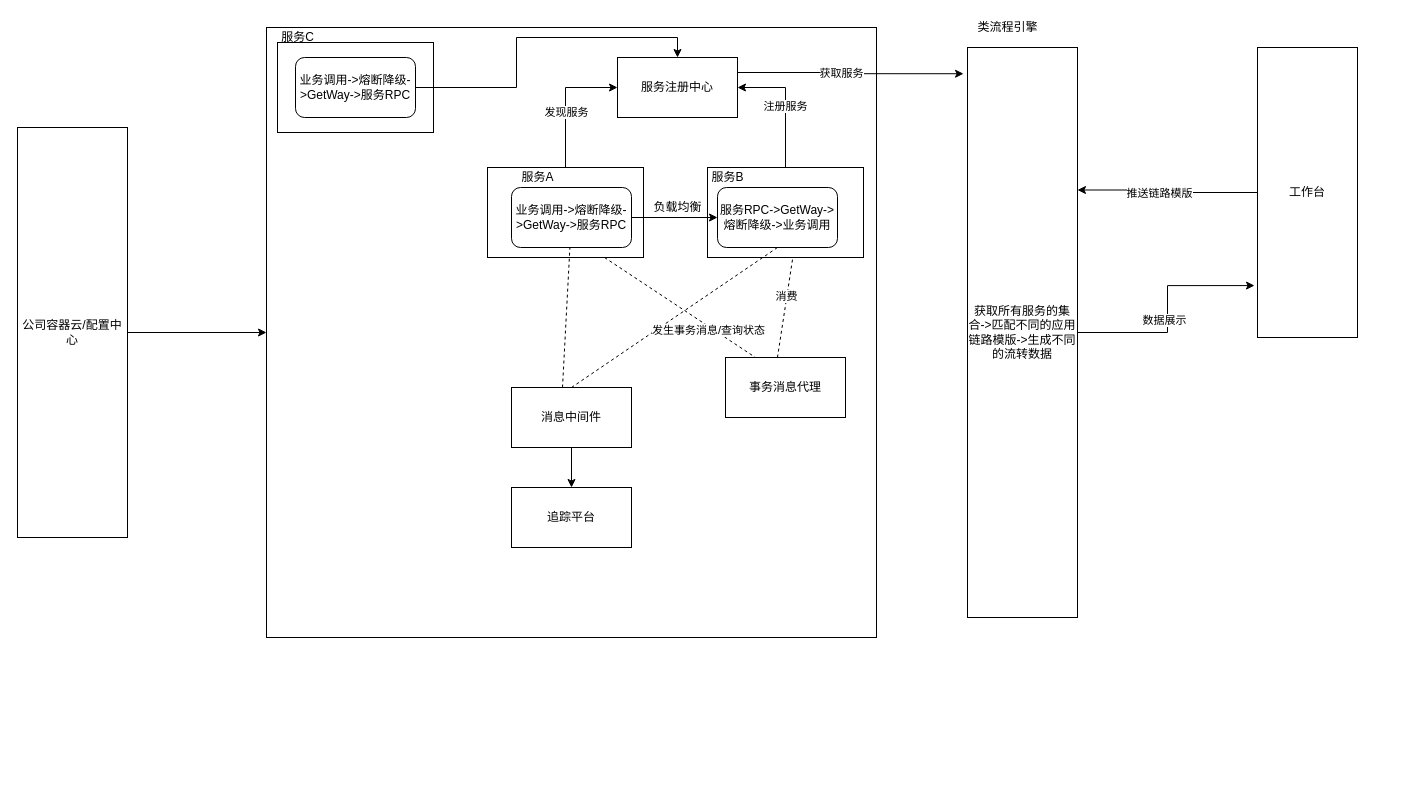
This is Untitled Diagram.drawio from lindadadada1/tata, a draw.io file, before an edit. Source tidied: cells renumbered, new cells numbered last; positions are measured from the earlier drawing's top-left corner, leaving out a move shared by most shapes. Both pictures are drawn from the tidied source at 100%, with x=0, y=0 at pixel (17, 17).
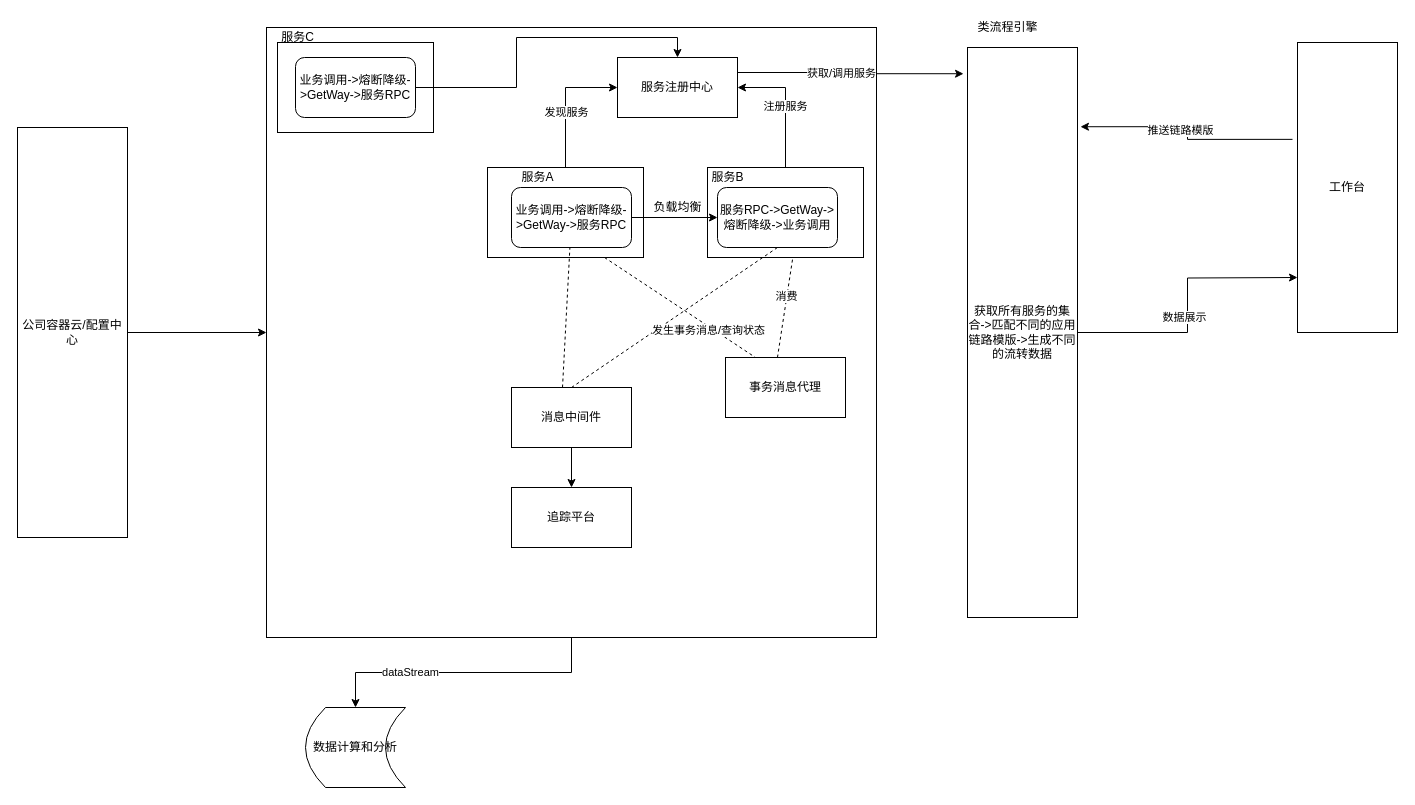
Above is the later version.

Unchanged cells that the change refers to:
```xml
<mxCell id="2" style="whiteSpace=wrap;html=1;" parent="1" vertex="1">
  <mxGeometry x="249" y="10" width="610" height="610" as="geometry" />
</mxCell>
<mxCell id="15" style="edgeStyle=orthogonalEdgeStyle;rounded=0;jettySize=auto;html=1;exitX=1;exitY=0.25;exitDx=0;exitDy=0;entryX=-0.036;entryY=0.046;entryDx=0;entryDy=0;entryPerimeter=0;" parent="1" edge="1" source="17" target="30">
  <mxGeometry relative="1" as="geometry" />
</mxCell>
<mxCell id="30" value="获取所有服务的集合-&amp;gt;匹配不同的应用链路模版-&amp;gt;生成不同的流转数据" style="rounded=0;whiteSpace=wrap;html=1;" parent="1" vertex="1">
  <mxGeometry x="950" y="30" width="110" height="570" as="geometry" />
</mxCell>
```

Change to the diagram source:
```diff
@@
+    <mxCell id="41" style="edgeStyle=orthogonalEdgeStyle;rounded=0;jettySize=auto;html=1;" parent="1" edge="1" source="2" target="43">
+      <mxGeometry relative="1" as="geometry" />
+    </mxCell>
+    <mxCell id="42" value="dataStream" style="edgeLabel;html=1;align=center;verticalAlign=middle;" parent="41" vertex="1">
+      <mxGeometry x="0.38" y="-1" relative="1" as="geometry" />
+    </mxCell>
@@
-    <mxCell id="16" value="获取服务" style="edgeLabel;html=1;align=center;verticalAlign=middle;" parent="15" vertex="1">
+    <mxCell id="16" value="获取/调用服务" style="edgeLabel;html=1;align=center;verticalAlign=middle;" parent="15" vertex="1">
       <mxGeometry x="-0.09" relative="1" as="geometry" />
     </mxCell>
@@
-    <mxCell id="28" style="edgeStyle=orthogonalEdgeStyle;rounded=0;jettySize=auto;html=1;entryX=-0.03;entryY=0.821;entryDx=0;entryDy=0;entryPerimeter=0;" parent="1" edge="1" source="30" target="38">
-      <mxGeometry relative="1" as="geometry" />
+    <mxCell id="28" style="edgeStyle=orthogonalEdgeStyle;rounded=0;jettySize=auto;html=1;entryX=0;entryY=0.78;entryDx=0;entryDy=0;entryPerimeter=0;" parent="1" edge="1" source="30">
+      <mxGeometry relative="1" as="geometry">
+        <mxPoint x="1280" y="260" as="targetPoint" />
+      </mxGeometry>
     </mxCell>
@@
-    <mxCell id="36" style="edgeStyle=orthogonalEdgeStyle;rounded=0;jettySize=auto;html=1;entryX=1;entryY=0.25;entryDx=0;entryDy=0;" parent="1" edge="1" source="38" target="30">
+    <mxCell id="36" style="edgeStyle=orthogonalEdgeStyle;rounded=0;jettySize=auto;html=1;entryX=1.027;entryY=0.139;entryDx=0;entryDy=0;entryPerimeter=0;exitX=-0.05;exitY=0.334;exitDx=0;exitDy=0;exitPerimeter=0;" parent="1" edge="1" source="38" target="30">
       <mxGeometry relative="1" as="geometry" />
     </mxCell>
@@
     <mxCell id="38" value="工作台" style="rounded=0;whiteSpace=wrap;html=1;" parent="1" vertex="1">
-      <mxGeometry x="1240" y="30" width="100" height="290" as="geometry" />
+      <mxGeometry x="1280" y="25" width="100" height="290" as="geometry" />
     </mxCell>
@@
+    <mxCell id="43" value="数据计算和分析" style="shape=dataStorage;whiteSpace=wrap;html=1;fixedSize=1;" parent="1" vertex="1">
+      <mxGeometry x="288" y="690" width="100" height="80" as="geometry" />
+    </mxCell>
```
